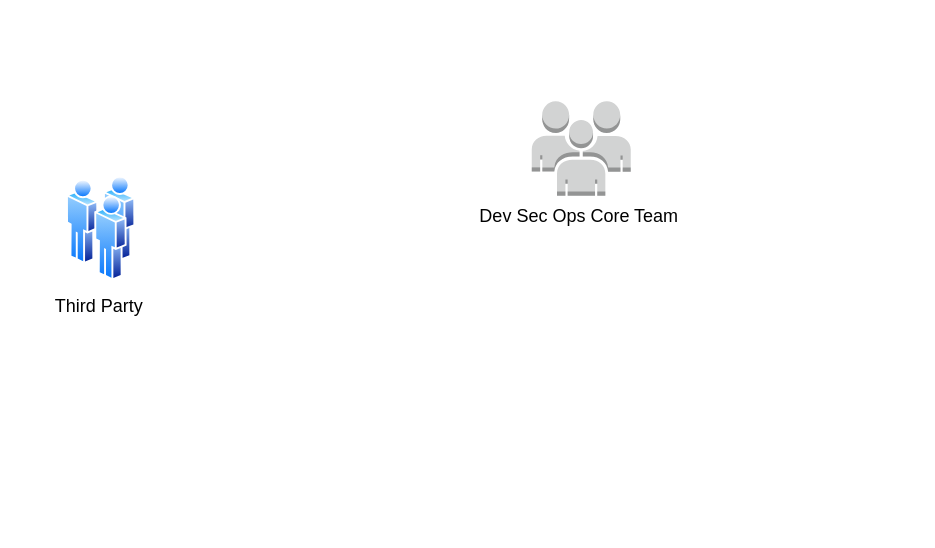
The draw.io diagram page "External process" (3 of 3) of icurity.drawio in tyger-rareatom/consulting-architectures, before the edit. Source tidied: cells renumbered, new cells numbered last; positions are measured from the earlier drawing's top-left corner, leaving out a move shared by most shapes. Both pictures are drawn from the tidied source at 150%, with x=0, y=0 at pixel (66, 100).
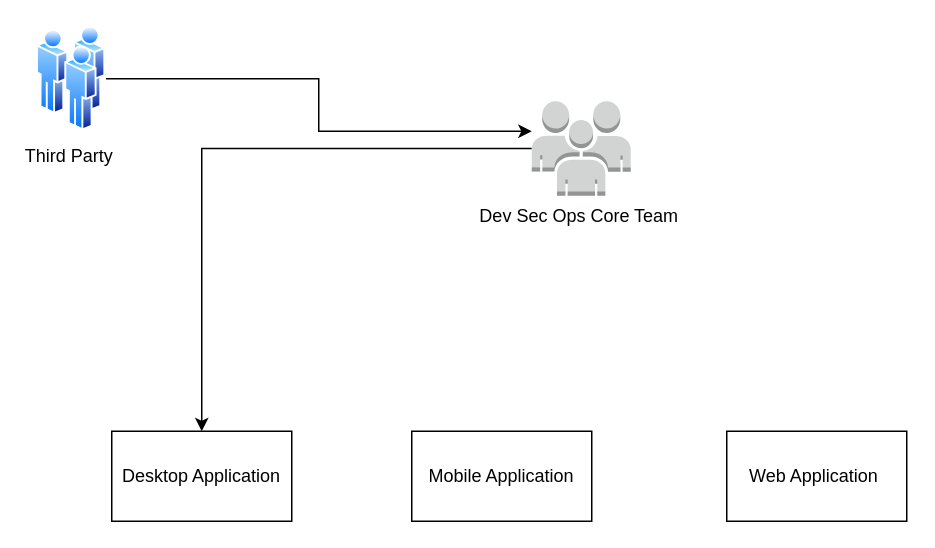
Above is the later version.

Commit message:
Flow and architecture for external apps

Change to the diagram source:
```diff
@@
 <mxGraphModel>
   <root>
     <mxCell id="0" />
     <mxCell id="1" parent="0" />
+    <mxCell id="4" style="edgeStyle=orthogonalEdgeStyle;rounded=0;jettySize=auto;html=1;" parent="1" edge="1" source="2" target="3">
+      <mxGeometry relative="1" as="geometry">
+        <Array as="points">
+          <mxPoint x="168" y="-15" />
+          <mxPoint x="168" y="20" />
+        </Array>
+      </mxGeometry>
+    </mxCell>
     <mxCell id="2" value="Third Party&amp;nbsp;" style="perimeter=ellipsePerimeter;html=1;align=center;shadow=0;dashed=0;spacingTop=3;image;image=img/lib/active_directory/users.svg;" parent="1" vertex="1">
-      <mxGeometry y="50" width="46.2" height="70" as="geometry" />
+      <mxGeometry x="-20" y="-50" width="46.2" height="70" as="geometry" />
     </mxCell>
+    <mxCell id="5" style="edgeStyle=orthogonalEdgeStyle;rounded=0;jettySize=auto;html=1;" parent="1" edge="1" source="3" target="6">
+      <mxGeometry relative="1" as="geometry" />
+    </mxCell>
     <mxCell id="3" value="Dev Sec Ops Core Team&amp;nbsp;" style="outlineConnect=0;dashed=0;verticalLabelPosition=bottom;verticalAlign=top;align=center;html=1;shape=mxgraph.aws3.users;fillColor=#D2D3D3;gradientColor=none;" parent="1" vertex="1">
       <mxGeometry x="310" width="66" height="63" as="geometry" />
     </mxCell>
+    <mxCell id="6" value="Desktop Application" style="rounded=0;whiteSpace=wrap;html=1;" parent="1" vertex="1">
+      <mxGeometry x="30" y="220" width="120" height="60" as="geometry" />
+    </mxCell>
+    <mxCell id="7" value="Mobile Application" style="rounded=0;whiteSpace=wrap;html=1;" parent="1" vertex="1">
+      <mxGeometry x="230" y="220" width="120" height="60" as="geometry" />
+    </mxCell>
+    <mxCell id="8" value="Web Application&amp;nbsp;" style="rounded=0;whiteSpace=wrap;html=1;" parent="1" vertex="1">
+      <mxGeometry x="440" y="220" width="120" height="60" as="geometry" />
+    </mxCell>
   </root>
 </mxGraphModel>
```
